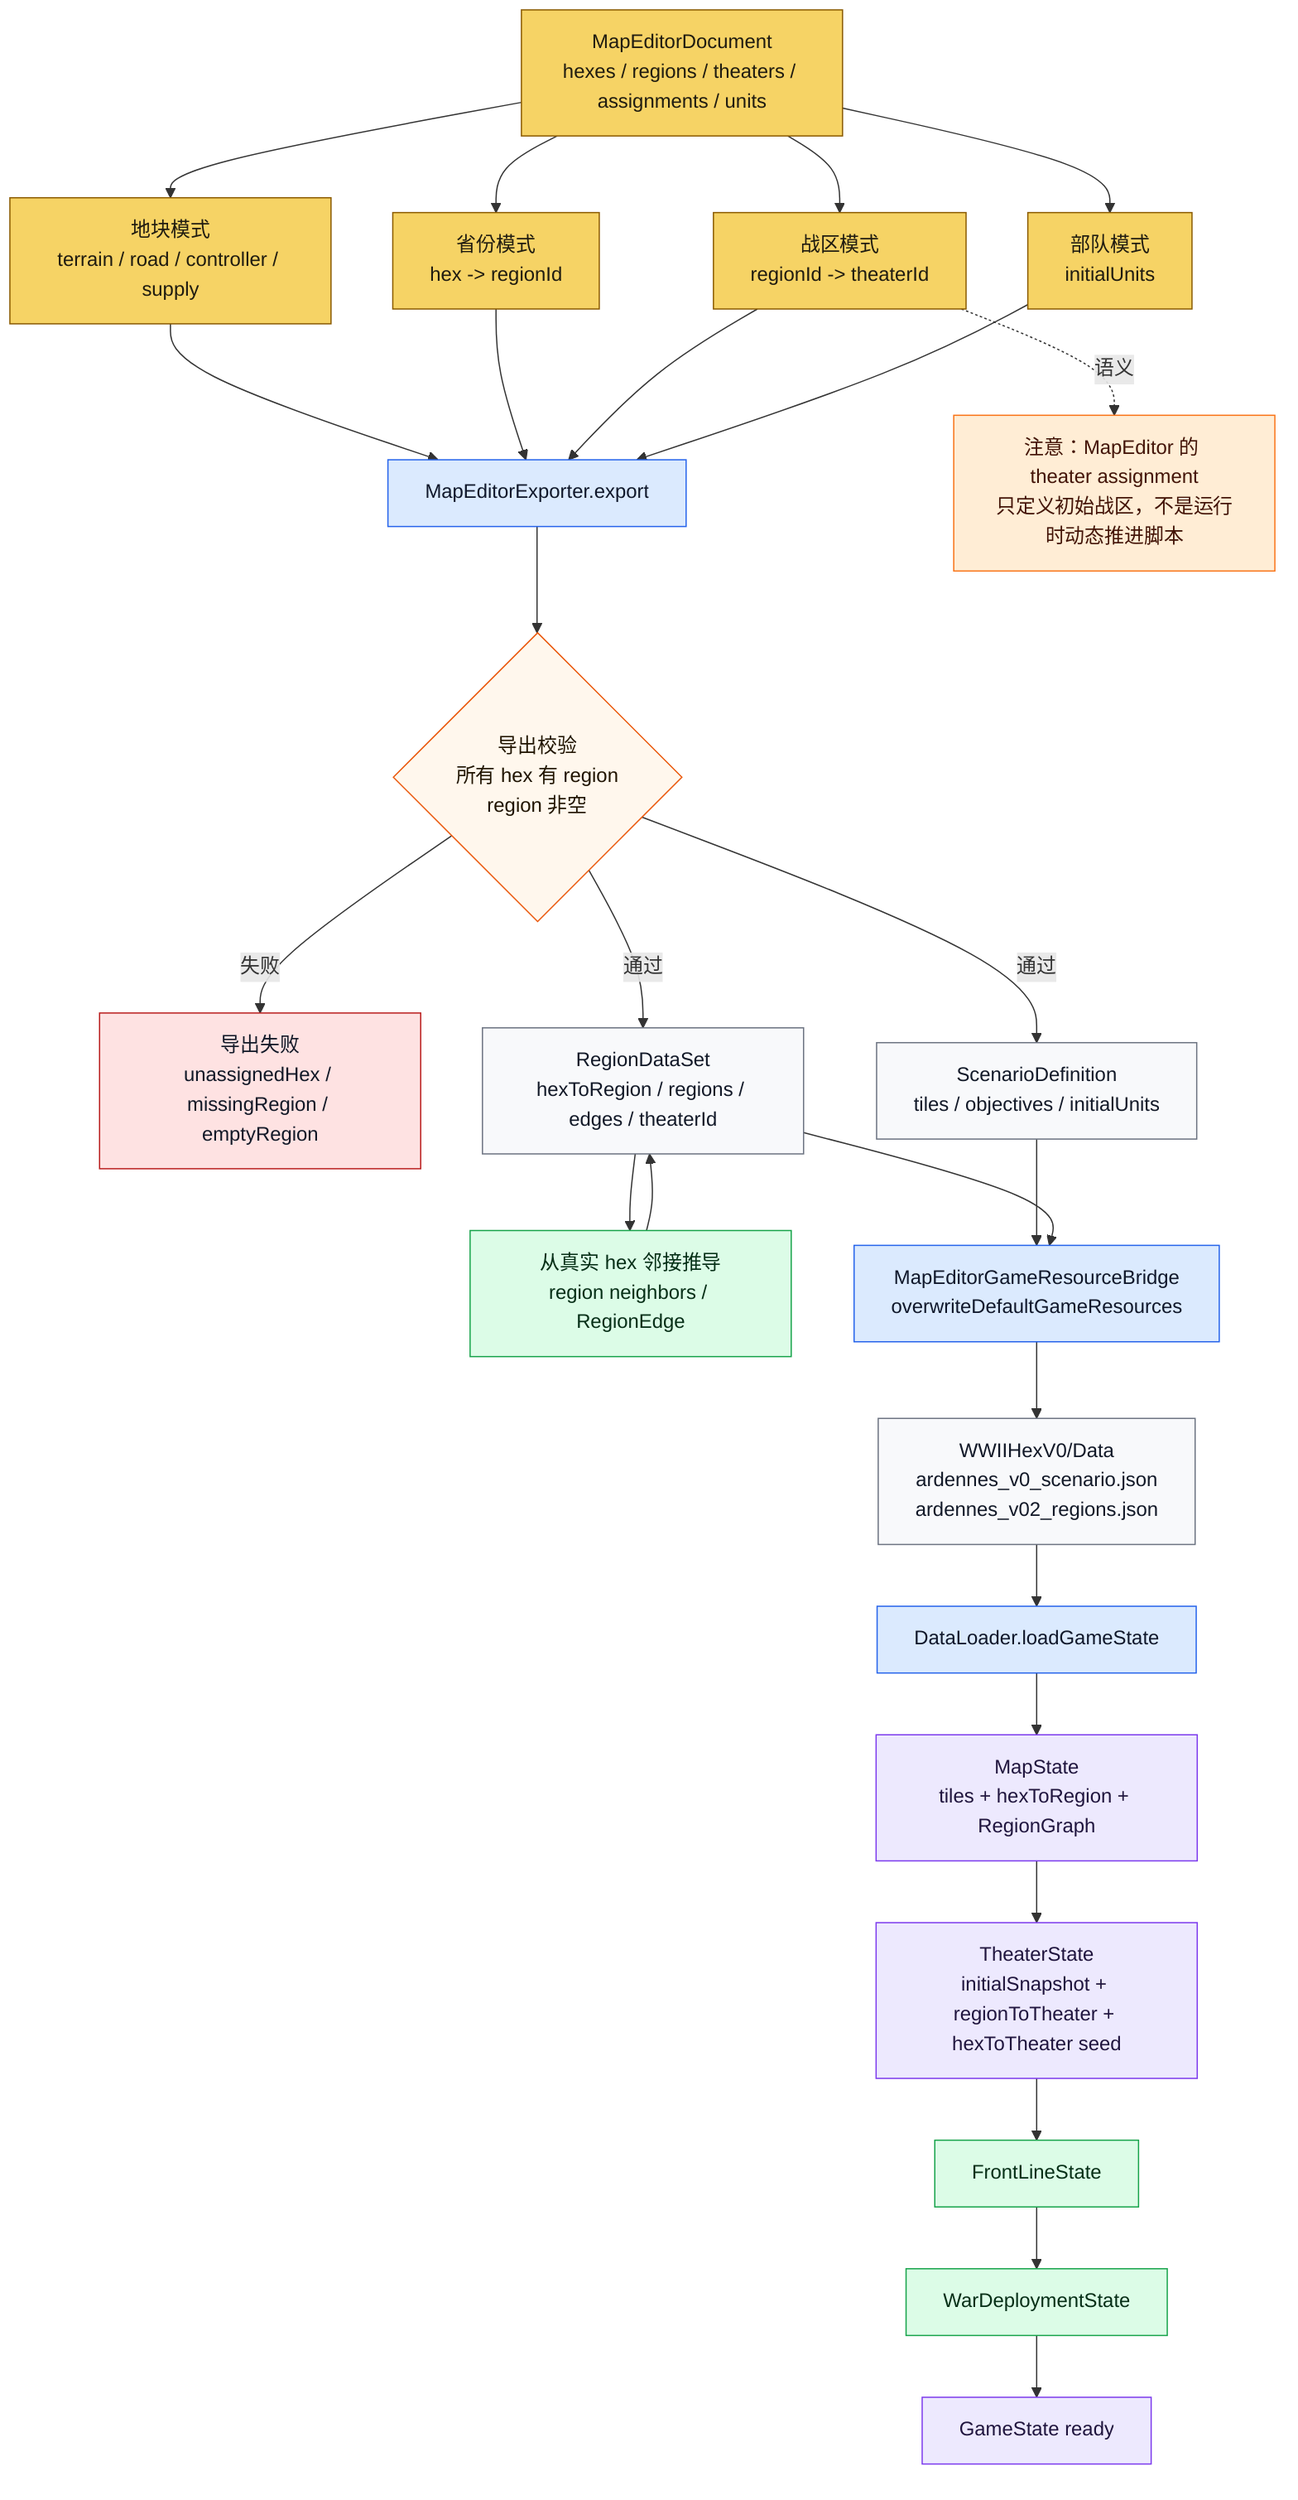
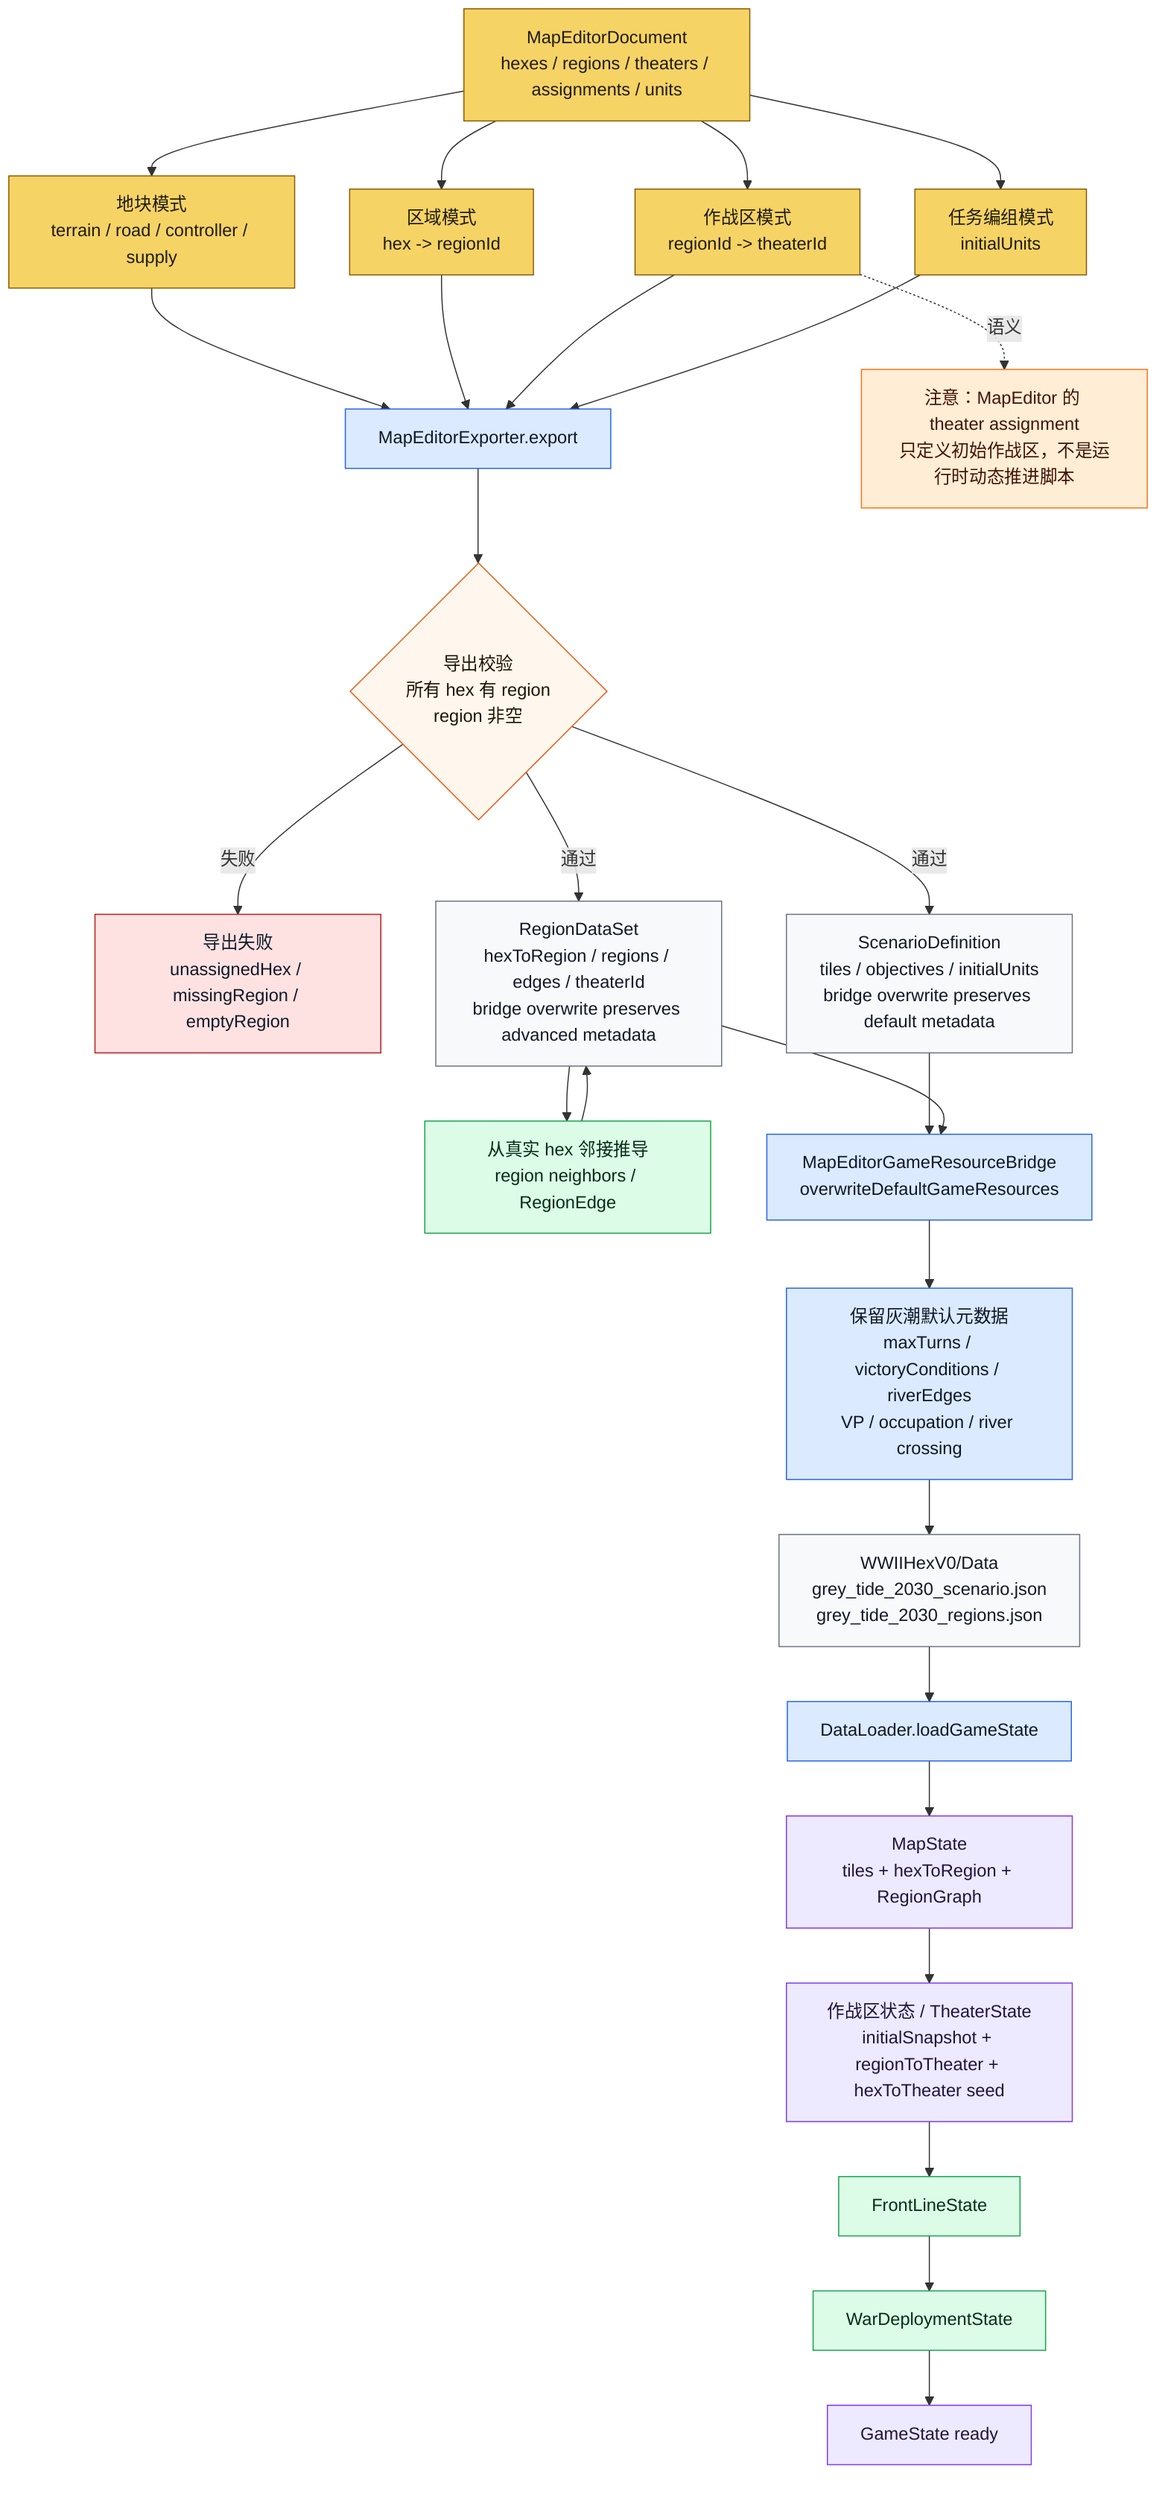
flowchart TD
    DOC["MapEditorDocument<br/>hexes / regions / theaters / assignments / units"]:::editor
    MODE1["地块模式<br/>terrain / road / controller / supply"]:::editor
-     MODE2["省份模式<br/>hex -> regionId"]:::editor
-     MODE3["战区模式<br/>regionId -> theaterId"]:::editor
-     MODE4["部队模式<br/>initialUnits"]:::editor
+     MODE2["区域模式<br/>hex -> regionId"]:::editor
+     MODE3["作战区模式<br/>regionId -> theaterId"]:::editor
+     MODE4["任务编组模式<br/>initialUnits"]:::editor
    EXPORT["MapEditorExporter.export"]:::loader
    CHECK{"导出校验<br/>所有 hex 有 region<br/>region 非空"}:::decision
    ERR["导出失败<br/>unassignedHex / missingRegion / emptyRegion"]:::stop
-     SCEN["ScenarioDefinition<br/>tiles / objectives / initialUnits"]:::data
-     REG["RegionDataSet<br/>hexToRegion / regions / edges / theaterId"]:::data
+     SCEN["ScenarioDefinition<br/>tiles / objectives / initialUnits<br/>bridge overwrite preserves default metadata"]:::data
+     REG["RegionDataSet<br/>hexToRegion / regions / edges / theaterId<br/>bridge overwrite preserves advanced metadata"]:::data
    NEI["从真实 hex 邻接推导<br/>region neighbors / RegionEdge"]:::derived
    BRIDGE["MapEditorGameResourceBridge<br/>overwriteDefaultGameResources"]:::loader
-     FILES["WWIIHexV0/Data<br/>ardennes_v0_scenario.json<br/>ardennes_v02_regions.json"]:::data
+     PRESERVE["保留灰潮默认元数据<br/>maxTurns / victoryConditions / riverEdges<br/>VP / occupation / river crossing"]:::loader
+     FILES["WWIIHexV0/Data<br/>grey_tide_2030_scenario.json<br/>grey_tide_2030_regions.json"]:::data
    LOAD["DataLoader.loadGameState"]:::loader
    MAP["MapState<br/>tiles + hexToRegion + RegionGraph"]:::state
-     THEATER["TheaterState<br/>initialSnapshot + regionToTheater + hexToTheater seed"]:::state
+     THEATER["作战区状态 / TheaterState<br/>initialSnapshot + regionToTheater + hexToTheater seed"]:::state
    FRONT["FrontLineState"]:::derived
    DEPLOY["WarDeploymentState"]:::derived
    GAME["GameState ready"]:::state

    DOC --> MODE1 --> EXPORT
    DOC --> MODE2 --> EXPORT
    DOC --> MODE3 --> EXPORT
    DOC --> MODE4 --> EXPORT
    EXPORT --> CHECK
    CHECK -->|失败| ERR
    CHECK -->|通过| SCEN
    CHECK -->|通过| REG
    REG --> NEI --> REG
    SCEN --> BRIDGE
    REG --> BRIDGE
-     BRIDGE --> FILES
+     BRIDGE --> PRESERVE --> FILES
    FILES --> LOAD --> MAP --> THEATER --> FRONT --> DEPLOY --> GAME

-     NOTE["注意：MapEditor 的 theater assignment<br/>只定义初始战区，不是运行时动态推进脚本"]:::warn
+     NOTE["注意：MapEditor 的 theater assignment<br/>只定义初始作战区，不是运行时动态推进脚本"]:::warn
    MODE3 -.语义.-> NOTE

    classDef editor fill:#f6d365,stroke:#8a5a00,color:#1f1b10
    classDef loader fill:#dbeafe,stroke:#2563eb,color:#0f172a
    classDef decision fill:#fff7ed,stroke:#ea580c,color:#1f1300
    classDef stop fill:#fee2e2,stroke:#b91c1c,color:#111827
    classDef data fill:#f8f9fb,stroke:#6b7280,color:#111827
    classDef derived fill:#dcfce7,stroke:#16a34a,color:#052e16
    classDef state fill:#ede9fe,stroke:#7c3aed,color:#1f143d
    classDef warn fill:#ffedd5,stroke:#f97316,color:#431407
